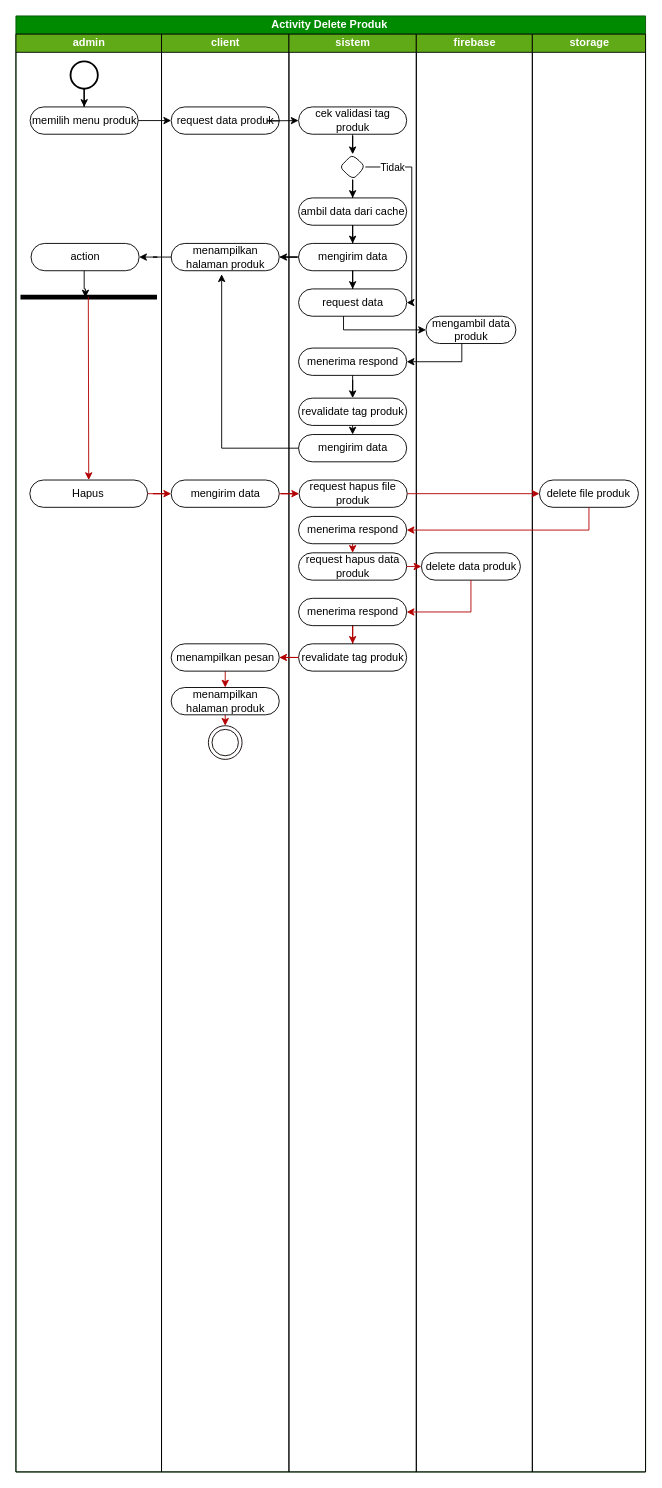
ThikerXCX/umltoko keeps this draw.io diagram as page "activity delete produk" (30 of 43) of skrpsian.drawio. Above is the earlier version. Source tidied: cells renumbered, new cells numbered last; positions are measured from the earlier drawing's top-left corner, leaving out a move shared by most shapes. Both pictures are drawn from the tidied source at 91%, with x=0, y=0 at pixel (15, 15).
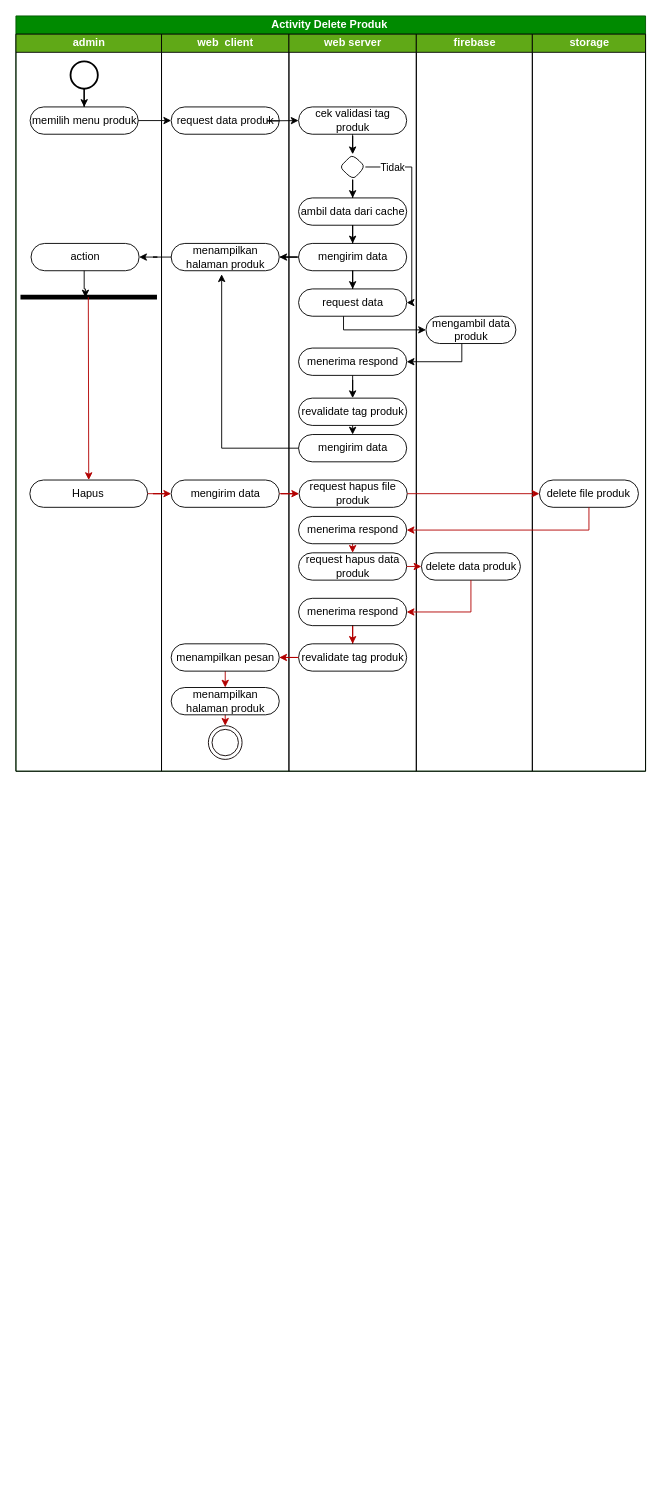
After the change.

Diff of the diagram source:
```diff
@@
     <mxCell id="2" value="Activity Delete Produk&amp;nbsp;" style="swimlane;startSize=20;html=1;fillColor=#008a00;fontColor=#ffffff;strokeColor=#005700;" parent="1" vertex="1">
-      <mxGeometry width="691.9" height="1600" as="geometry" />
+      <mxGeometry width="691.9" height="830" as="geometry" />
     </mxCell>
     <mxCell id="3" value="admin" style="swimlane;startSize=20;html=1;fillColor=#60a917;fontColor=#ffffff;strokeColor=#000000;" parent="2" vertex="1">
-      <mxGeometry y="20" width="160" height="1580" as="geometry" />
+      <mxGeometry y="20" width="160" height="810" as="geometry" />
     </mxCell>
@@
-    <mxCell id="12" value="client" style="swimlane;startSize=20;html=1;fillColor=#60a917;fontColor=#ffffff;strokeColor=#000000;" parent="2" vertex="1">
-      <mxGeometry x="160" y="20" width="140" height="1580" as="geometry" />
+    <mxCell id="12" value="web&amp;nbsp; client" style="swimlane;startSize=20;html=1;fillColor=#60a917;fontColor=#ffffff;strokeColor=#000000;" parent="2" vertex="1">
+      <mxGeometry x="160" y="20" width="140" height="810" as="geometry" />
     </mxCell>
@@
-    <mxCell id="21" value="sistem" style="swimlane;startSize=20;html=1;fillColor=#60a917;fontColor=#ffffff;strokeColor=#000000;" parent="2" vertex="1">
-      <mxGeometry x="300" y="20" width="140" height="1580" as="geometry" />
+    <mxCell id="21" value="web server" style="swimlane;startSize=20;html=1;fillColor=#60a917;fontColor=#ffffff;strokeColor=#000000;" parent="2" vertex="1">
+      <mxGeometry x="300" y="20" width="140" height="810" as="geometry" />
     </mxCell>
@@
     <mxCell id="45" value="firebase" style="swimlane;startSize=20;html=1;fillColor=#60a917;fontColor=#ffffff;strokeColor=#000000;" parent="2" vertex="1">
-      <mxGeometry x="440" y="20" width="127.5" height="1580" as="geometry" />
+      <mxGeometry x="440" y="20" width="127.5" height="810" as="geometry" />
     </mxCell>
@@
     <mxCell id="48" value="storage" style="swimlane;startSize=20;html=1;fillColor=#60a917;fontColor=#ffffff;strokeColor=#000000;" parent="2" vertex="1">
-      <mxGeometry x="567.5" y="20" width="124.4" height="1580" as="geometry" />
+      <mxGeometry x="567.5" y="20" width="124.4" height="810" as="geometry" />
     </mxCell>
```
